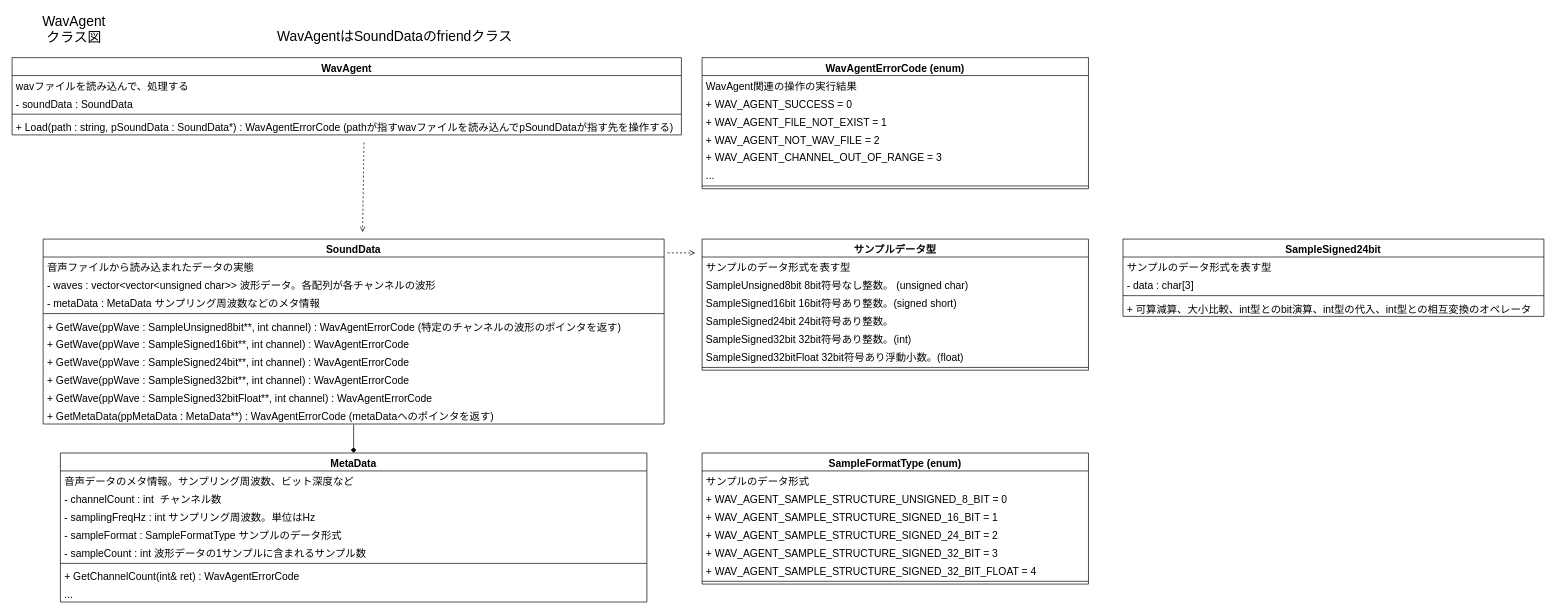
Dumble009/WavAgent keeps this draw.io diagram as design/WavAgentClassDiagram.drawio. Above is the earlier version. Source tidied: cells renumbered, new cells numbered last; positions are measured from the earlier drawing's top-left corner, leaving out a move shared by most shapes. Both pictures are drawn from the tidied source at 69%, with x=0, y=0 at pixel (12, 18).
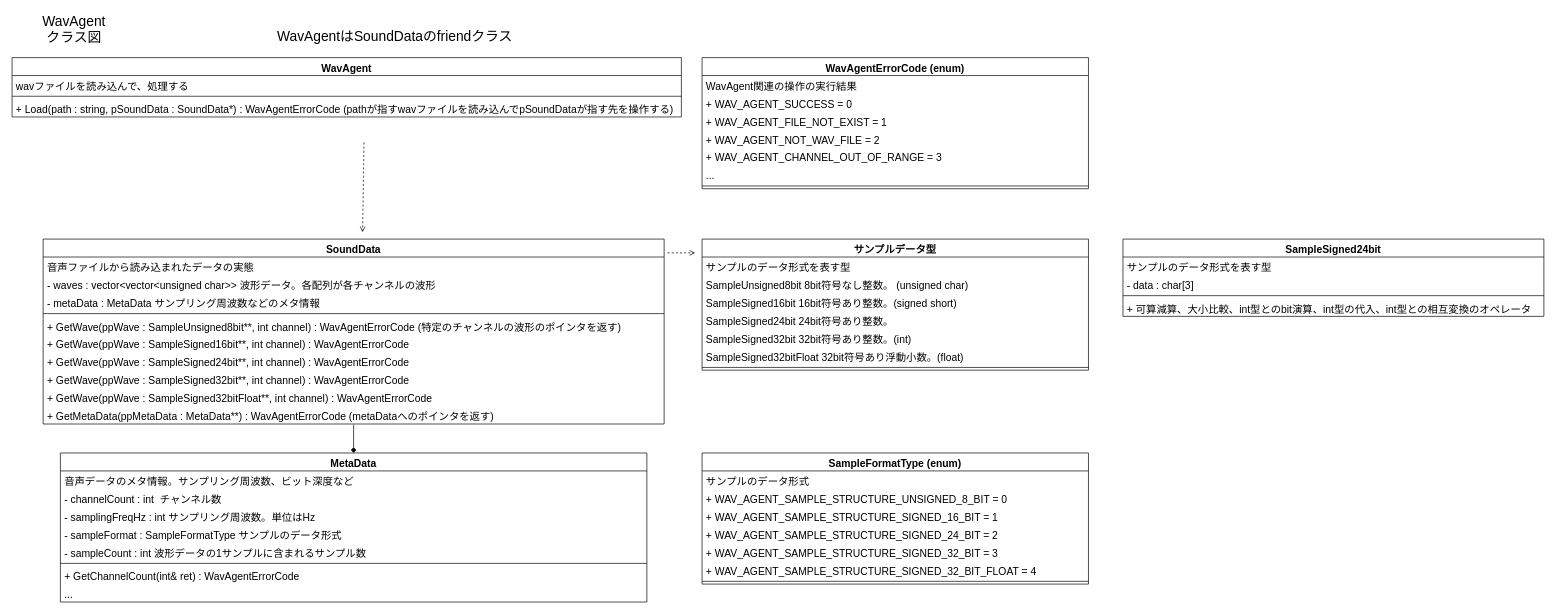
After the change.

Change to the diagram source:
```diff
@@
     <mxCell id="4" value="WavAgent" style="swimlane;fontStyle=1;align=center;verticalAlign=top;horizontal=1;startSize=26;fontSize=15;" parent="1" vertex="1">
-      <mxGeometry y="57" width="970" height="112" as="geometry" />
+      <mxGeometry y="57" width="970" height="86" as="geometry" />
     </mxCell>
@@
-    <mxCell id="6" value="- soundData : SoundData" style="text;strokeColor=none;fillColor=none;align=left;verticalAlign=top;spacingLeft=4;spacingRight=4;overflow=hidden;fontSize=15;" parent="4" vertex="1">
-      <mxGeometry y="52" width="970" height="26" as="geometry" />
-    </mxCell>
     <mxCell id="7" style="line;strokeWidth=1;fillColor=none;align=left;verticalAlign=middle;spacingTop=-1;spacingLeft=3;spacingRight=3;labelPosition=right;fontSize=15;" parent="4" vertex="1">
-      <mxGeometry y="78" width="970" height="8" as="geometry" />
+      <mxGeometry y="52" width="970" height="8" as="geometry" />
     </mxCell>
     <mxCell id="8" value="+ Load(path : string, pSoundData : SoundData*) : WavAgentErrorCode (pathが指すwavファイルを読み込んでpSoundDataが指す先を操作する)" style="text;strokeColor=none;fillColor=none;align=left;verticalAlign=top;spacingLeft=4;spacingRight=4;overflow=hidden;fontSize=15;" parent="4" vertex="1">
-      <mxGeometry y="86" width="970" height="26" as="geometry" />
+      <mxGeometry y="60" width="970" height="26" as="geometry" />
     </mxCell>
```
